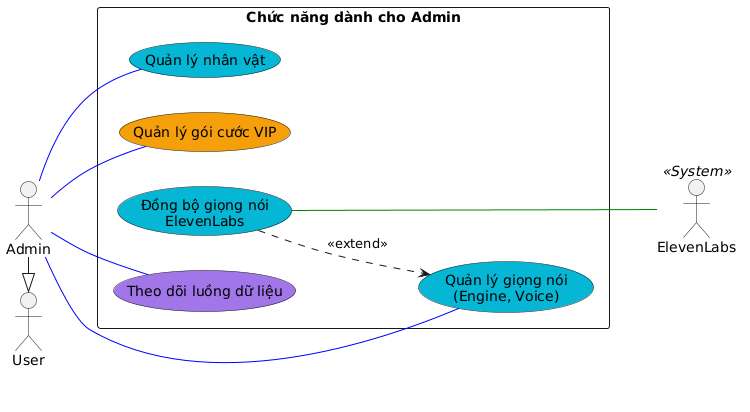
Earlier version of the PlantUML export temp/01-UseCase/UML-UseCase-Admin.png (20206205Tech/docs-uml).
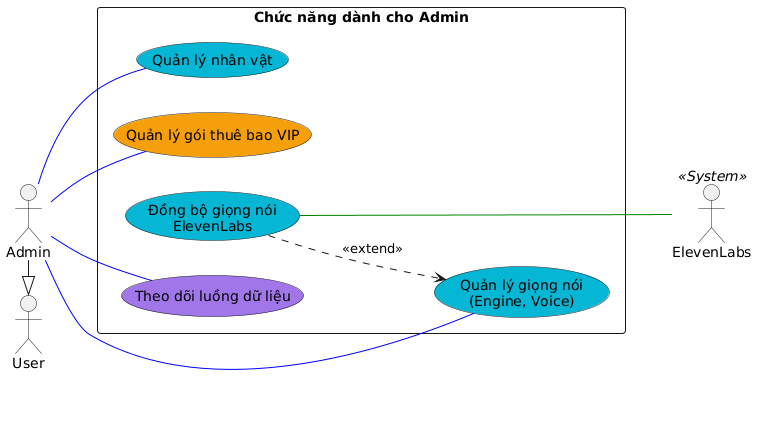
After the commit.

Change to the diagram source:
```diff
@@ -13,7 +13,7 @@
   usecase "Quản lý nhân vật" as UC_ManagePersona #06b6d4
   usecase "Quản lý giọng nói\n(Engine, Voice)" as UC_ManageVoice #06b6d4
   usecase "Đồng bộ giọng nói\nElevenLabs" as UC_SyncElevenLabs #06b6d4
-  usecase "Quản lý gói cước VIP" as UC_ManagePlans #f59e0b
+  usecase "Quản lý gói thuê bao VIP" as UC_ManagePlans #f59e0b
   usecase "Theo dõi luồng dữ liệu" as UC_PipelineReport #a076e9
 
   UC_SyncElevenLabs ..> UC_ManageVoice : <<extend>>
```
